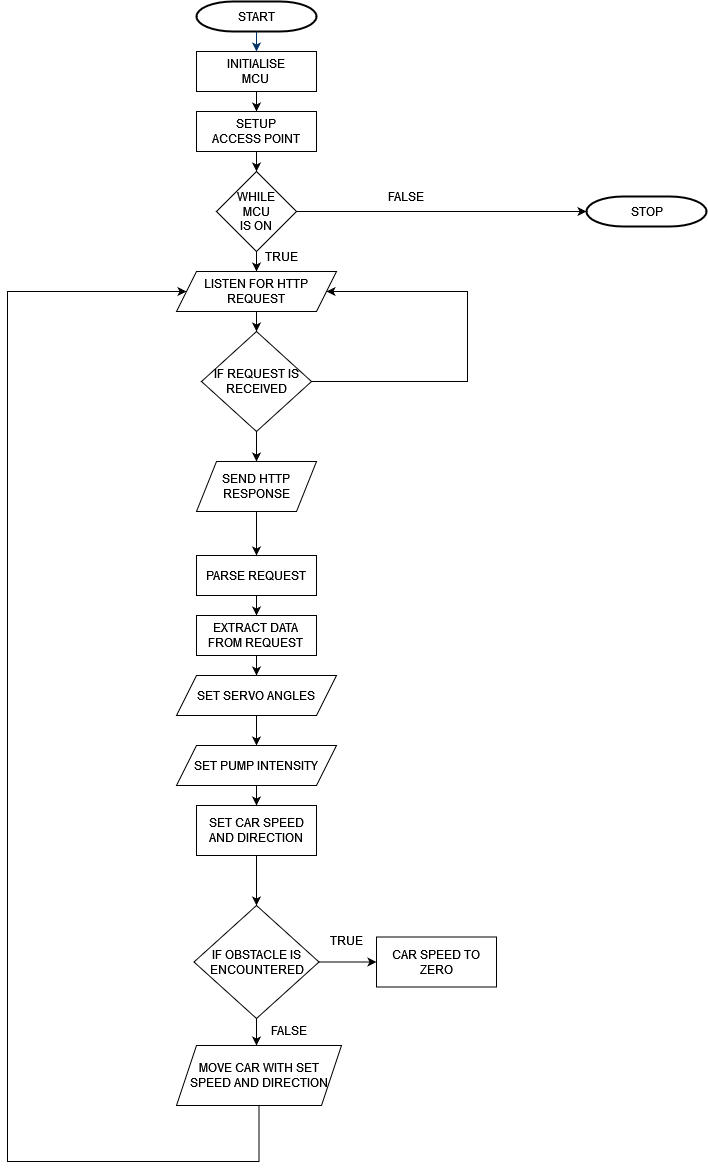
This is MCU.png from nahiim/nahiim, a draw.io export, as it was before one commit. Source tidied: cells renumbered, new cells last; positions are measured from the earlier drawing's top-left corner, leaving out a move shared by most shapes.
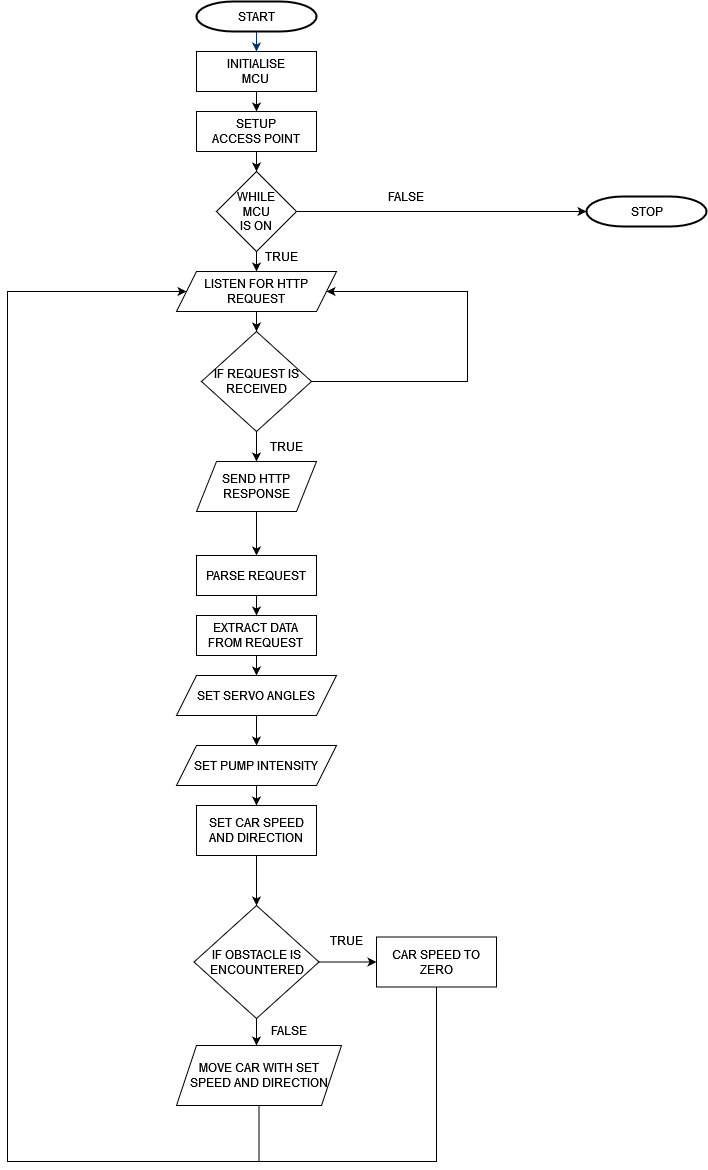
The same file after the commit.

The edit, as a diff of the source:
```diff
@@ -134,5 +134,17 @@
     <mxCell id="40" value="SEND HTTP RESPONSE" style="shape=parallelogram;perimeter=parallelogramPerimeter;whiteSpace=wrap;html=1;fixedSize=1;" parent="1" vertex="1">
       <mxGeometry x="189" y="460" width="120" height="50" as="geometry" />
     </mxCell>
+    <mxCell id="41" style="endArrow=none;html=1;rounded=0;" parent="1" edge="1">
+      <mxGeometry relative="1" as="geometry">
+        <mxPoint x="249" y="1160" as="sourcePoint" />
+        <mxPoint x="429" y="985.5" as="targetPoint" />
+        <Array as="points">
+          <mxPoint x="429" y="1160" />
+        </Array>
+      </mxGeometry>
+    </mxCell>
+    <mxCell id="42" value="TRUE" style="text;html=1;strokeColor=none;fillColor=none;align=center;verticalAlign=middle;whiteSpace=wrap;rounded=0;" parent="1" vertex="1">
+      <mxGeometry x="249" y="430" width="60" height="30" as="geometry" />
+    </mxCell>
   </root>
 </mxGraphModel>
```
